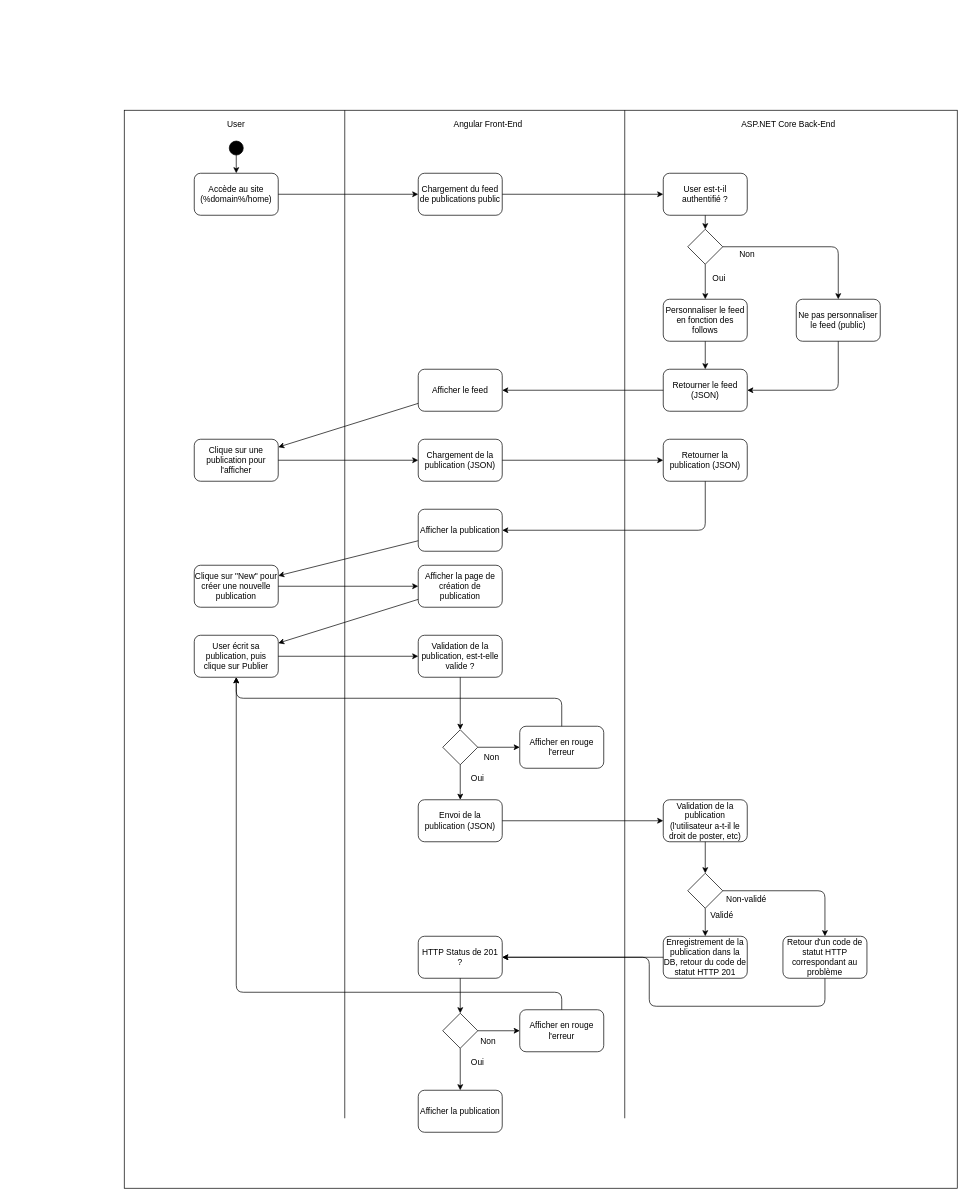
Above: docs/diagrams/ActivityDiagram.drawio in laurentksh/ICT-120_151 (draw.io), before the change. Source tidied: cells renumbered, new cells numbered last; positions are measured from the earlier drawing's top-left corner, leaving out a move shared by most shapes. Both pictures are drawn from the tidied source at 70%, with x=0, y=0 at pixel (124, 110).
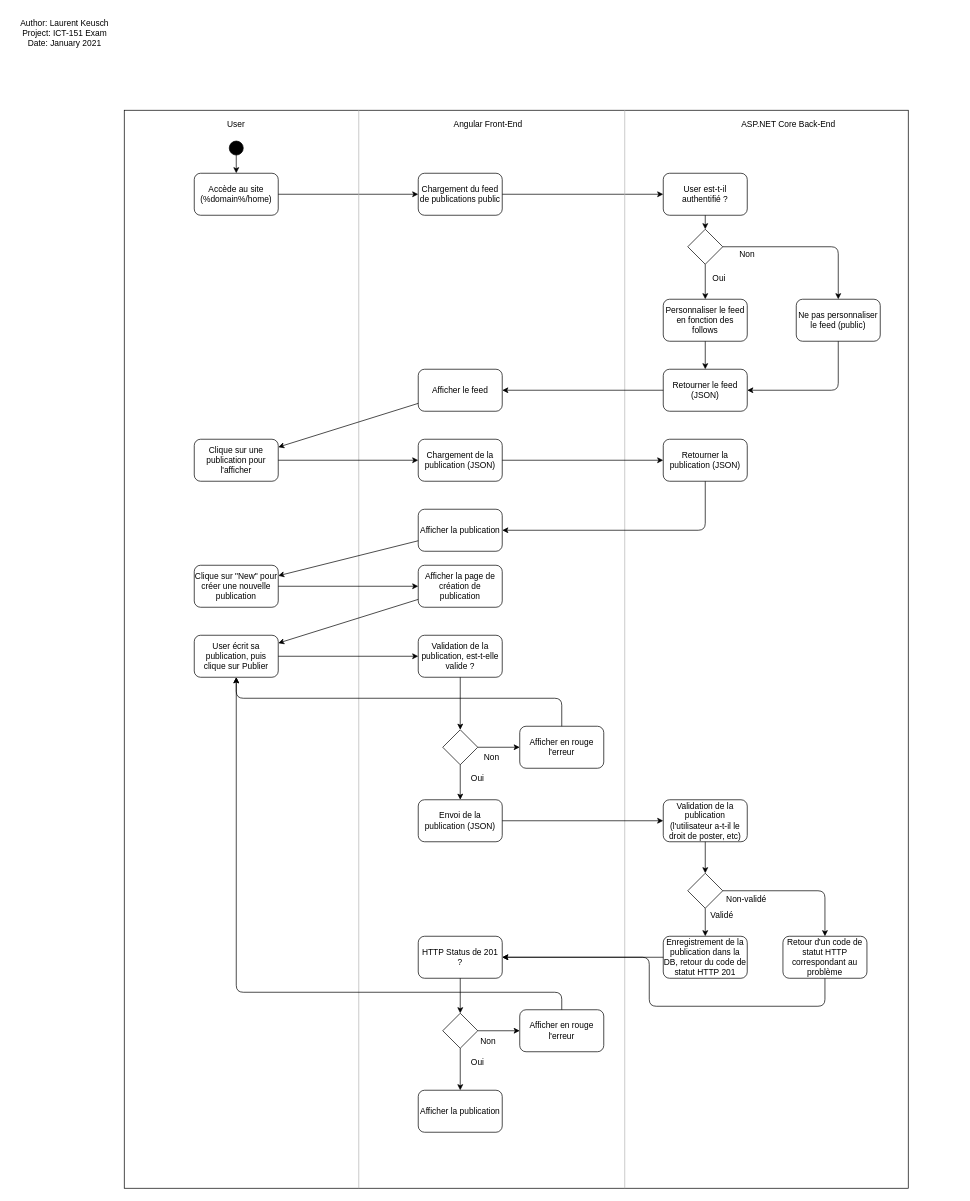
Above is the later version.

Change to the diagram source:
```diff
@@
     <mxCell id="2" style="rounded=0;whiteSpace=wrap;html=1;" parent="1" vertex="1">
-      <mxGeometry width="1190" height="1540" as="geometry" />
+      <mxGeometry width="1120" height="1540" as="geometry" />
     </mxCell>
@@
-    <mxCell id="15" style="line;strokeWidth=1;direction=south;html=1;fillColor=#FFFFFF;" parent="1" vertex="1">
-      <mxGeometry x="310" width="10" height="1440" as="geometry" />
+    <mxCell id="15" style="line;strokeWidth=1;direction=south;html=1;fillColor=#FFFFFF;strokeColor=#B5B5B5;" parent="1" vertex="1">
+      <mxGeometry x="330" width="10" height="1540" as="geometry" />
     </mxCell>
-    <mxCell id="16" style="line;strokeWidth=1;direction=south;html=1;fillColor=#FFFFFF;" parent="1" vertex="1">
-      <mxGeometry x="710" width="10" height="1440" as="geometry" />
+    <mxCell id="16" style="line;strokeWidth=1;direction=south;html=1;fillColor=#FFFFFF;strokeColor=#B5B5B5;" parent="1" vertex="1">
+      <mxGeometry x="710" width="10" height="1540" as="geometry" />
     </mxCell>
@@
+    <mxCell id="75" value="Author: Laurent Keusch&lt;br&gt;Project: ICT-151 Exam&lt;br&gt;Date: January 2021" style="text;html=1;strokeColor=none;fillColor=none;align=center;verticalAlign=middle;whiteSpace=wrap;rounded=0;fontSize=12;" parent="1" vertex="1">
+      <mxGeometry x="-160" y="-140" width="150" height="60" as="geometry" />
+    </mxCell>
```
